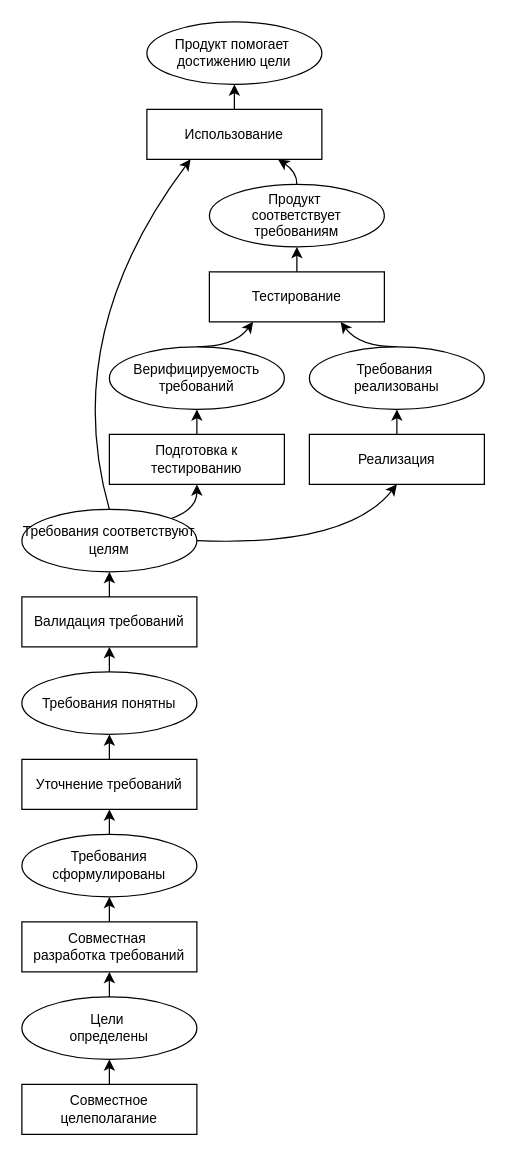
chaetal/why-test-first keeps this draw.io diagram as success-history.drawio. Above is the earlier version. Source tidied: cells renumbered, new cells numbered last; positions are measured from the earlier drawing's top-left corner, leaving out a move shared by most shapes. Both pictures are drawn from the tidied source at 125%, with x=0, y=0 at pixel (21, 21).
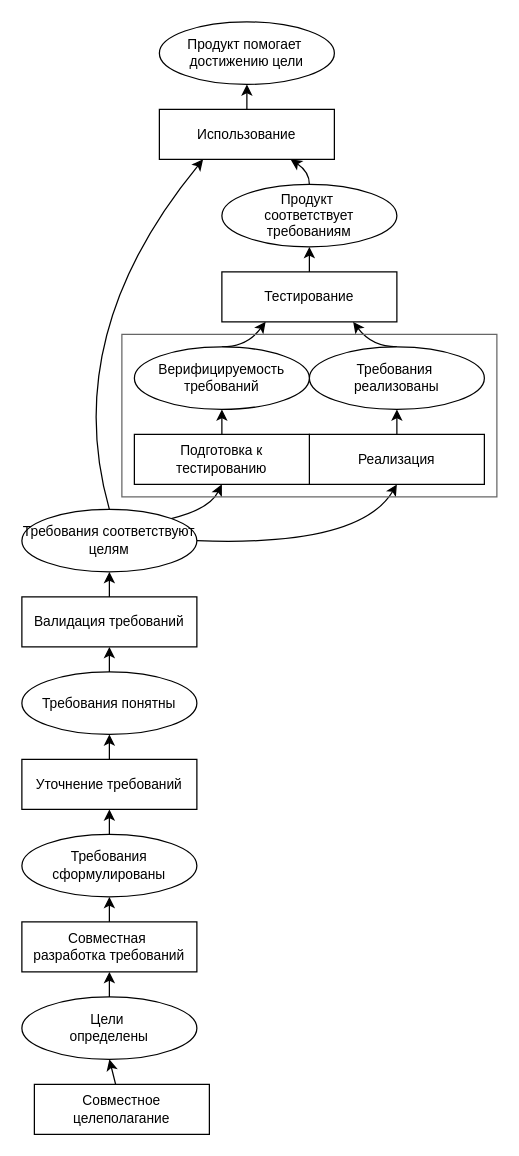
Above is the later version.

The change refers to these unchanged cells:
```xml
<mxCell id="5" value="Требования соответствуют целям" style="ellipse;whiteSpace=wrap;html=1;fontSize=11;" parent="1" vertex="1">
  <mxGeometry y="390" width="140" height="50" as="geometry" />
</mxCell>
<mxCell id="7" value="Требования&amp;nbsp;&lt;div&gt;реализованы&lt;/div&gt;" style="ellipse;whiteSpace=wrap;html=1;fontSize=11;" parent="1" vertex="1">
  <mxGeometry x="230" y="260" width="140" height="50" as="geometry" />
</mxCell>
<mxCell id="25" value="Реализация" style="whiteSpace=wrap;html=1;fontSize=11;" parent="1" vertex="1">
  <mxGeometry x="230" y="330" width="140" height="40" as="geometry" />
</mxCell>
```

The edit, as a diff of the source:
```diff
@@
     <mxCell id="2" value="Продукт&amp;nbsp;&lt;div style=&quot;font-size: 11px;&quot;&gt;соответствует требованиям&lt;/div&gt;" style="ellipse;whiteSpace=wrap;html=1;fontSize=11;" parent="1" vertex="1">
-      <mxGeometry x="150" y="130" width="140" height="50" as="geometry" />
+      <mxGeometry x="160" y="130" width="140" height="50" as="geometry" />
     </mxCell>
     <mxCell id="3" style="rounded=0;jettySize=auto;html=1;exitX=1;exitY=0;exitDx=0;exitDy=0;entryX=0.5;entryY=1;entryDx=0;entryDy=0;curved=1;" parent="1" edge="1" source="5" target="27">
       <mxGeometry relative="1" as="geometry">
         <Array as="points">
-          <mxPoint x="140" y="390" />
+          <mxPoint x="150" y="390" />
         </Array>
       </mxGeometry>
     </mxCell>
     <mxCell id="4" style="rounded=0;jettySize=auto;html=1;exitX=1;exitY=0.5;exitDx=0;exitDy=0;entryX=0.5;entryY=1;entryDx=0;entryDy=0;curved=1;" parent="1" edge="1" source="5" target="25">
       <mxGeometry relative="1" as="geometry">
         <Array as="points">
-          <mxPoint x="260" y="420" />
+          <mxPoint x="270" y="420" />
         </Array>
       </mxGeometry>
     </mxCell>
@@
     <mxCell id="6" style="rounded=0;jettySize=auto;html=1;entryX=0.75;entryY=1;entryDx=0;entryDy=0;exitX=0.5;exitY=0;exitDx=0;exitDy=0;fontSize=11;curved=1;" parent="1" edge="1" source="7" target="21">
       <mxGeometry relative="1" as="geometry">
         <Array as="points">
-          <mxPoint x="270" y="260" />
+          <mxPoint x="280" y="260" />
         </Array>
       </mxGeometry>
     </mxCell>
@@
     <mxCell id="8" style="rounded=0;jettySize=auto;html=1;exitX=0.5;exitY=0;exitDx=0;exitDy=0;entryX=0.25;entryY=1;entryDx=0;entryDy=0;fontSize=11;curved=1;" parent="1" edge="1" source="9" target="21">
       <mxGeometry relative="1" as="geometry">
         <Array as="points">
-          <mxPoint x="170" y="260" />
+          <mxPoint x="180" y="260" />
         </Array>
       </mxGeometry>
     </mxCell>
     <mxCell id="9" value="Верифицируемость требований" style="ellipse;whiteSpace=wrap;html=1;fontSize=11;" parent="1" vertex="1">
-      <mxGeometry x="70" y="260" width="140" height="50" as="geometry" />
+      <mxGeometry x="90" y="260" width="140" height="50" as="geometry" />
     </mxCell>
@@
     <mxCell id="14" value="Продукт помогает&amp;nbsp;&lt;div style=&quot;font-size: 11px;&quot;&gt;достижению цели&lt;/div&gt;" style="ellipse;whiteSpace=wrap;html=1;fontSize=11;" parent="1" vertex="1">
-      <mxGeometry x="100" width="140" height="50" as="geometry" />
+      <mxGeometry x="110" width="140" height="50" as="geometry" />
     </mxCell>
     <mxCell id="15" style="endArrow=classic;html=1;rounded=0;exitX=0.5;exitY=0;exitDx=0;exitDy=0;entryX=0.75;entryY=1;entryDx=0;entryDy=0;fontSize=11;curved=1;" parent="1" edge="1" source="2" target="19">
       <mxGeometry relative="1" as="geometry">
         <Array as="points">
-          <mxPoint x="220" y="120" />
+          <mxPoint x="230" y="120" />
         </Array>
       </mxGeometry>
     </mxCell>
@@
     <mxCell id="19" value="Использование" style="rounded=0;whiteSpace=wrap;html=1;fontSize=11;" parent="1" vertex="1">
-      <mxGeometry x="100" y="70" width="140" height="40" as="geometry" />
+      <mxGeometry x="110" y="70" width="140" height="40" as="geometry" />
     </mxCell>
@@
     <mxCell id="21" value="Тестирование" style="whiteSpace=wrap;html=1;fontSize=11;" parent="1" vertex="1">
-      <mxGeometry x="150" y="200" width="140" height="40" as="geometry" />
+      <mxGeometry x="160" y="200" width="140" height="40" as="geometry" />
     </mxCell>
@@
     <mxCell id="27" value="Подготовка к тестированию" style="whiteSpace=wrap;html=1;fontSize=11;" parent="1" vertex="1">
-      <mxGeometry x="70" y="330" width="140" height="40" as="geometry" />
+      <mxGeometry x="90" y="330" width="140" height="40" as="geometry" />
     </mxCell>
@@
     <mxCell id="31" value="Совместное целеполаган&lt;span style=&quot;background-color: initial; font-size: 11px;&quot;&gt;ие&lt;/span&gt;" style="whiteSpace=wrap;html=1;fontSize=11;" parent="1" vertex="1">
-      <mxGeometry y="850" width="140" height="40" as="geometry" />
+      <mxGeometry x="10" y="850" width="140" height="40" as="geometry" />
     </mxCell>
@@
+    <mxCell id="37" style="rounded=0;whiteSpace=wrap;html=1;fillColor=none;fontColor=#333333;strokeColor=#666666;" parent="1" vertex="1">
+      <mxGeometry x="80" y="250" width="300" height="130" as="geometry" />
+    </mxCell>
```
